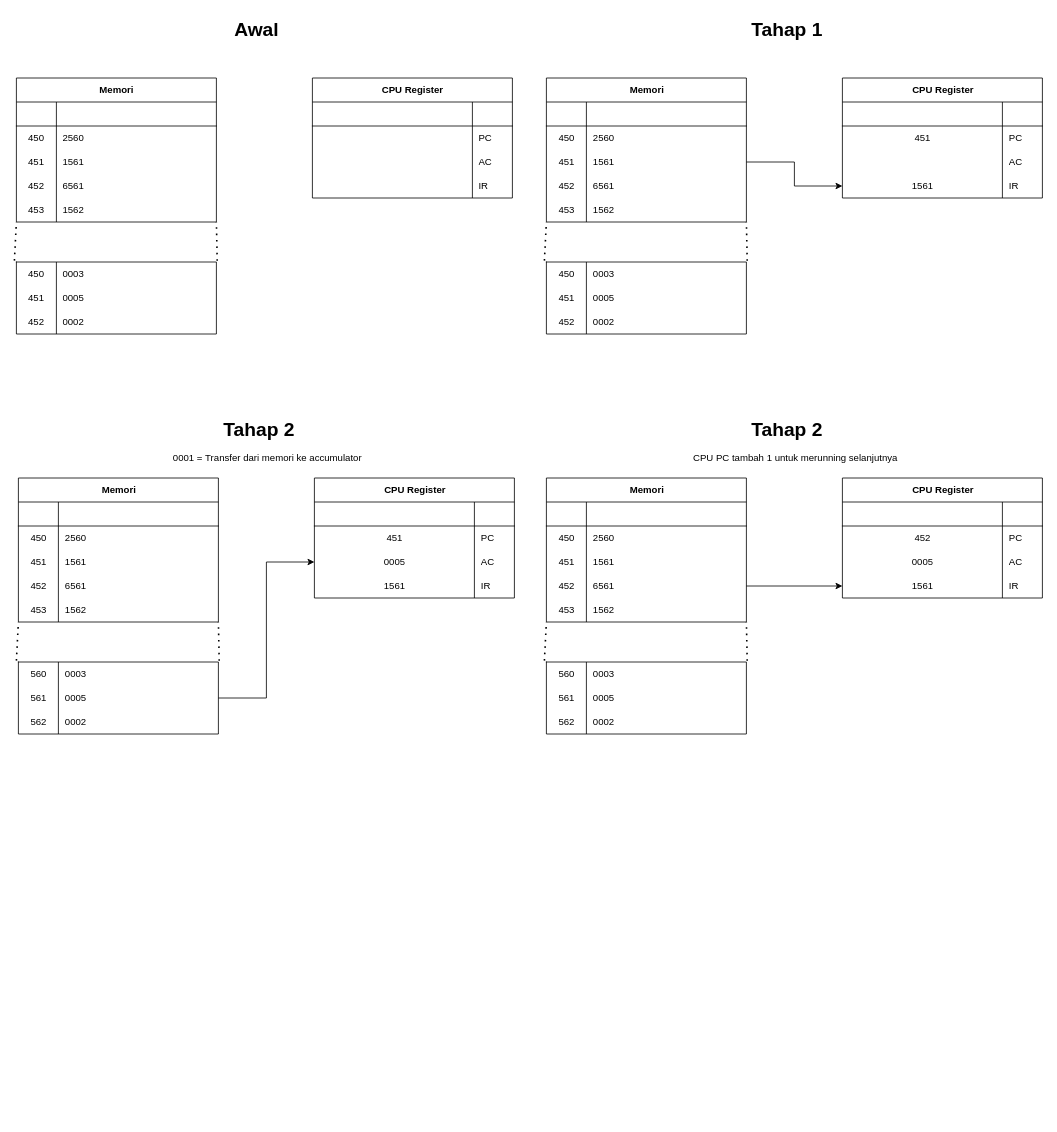
Earlier version of the draw.io diagram CPU.drawio (ImNotDanish05/Tester). Source tidied: cells renumbered, new cells numbered last; positions are measured from the earlier drawing's top-left corner, leaving out a move shared by most shapes. Both pictures are drawn from the tidied source at 80%, with x=0, y=0 at pixel (16, 14).
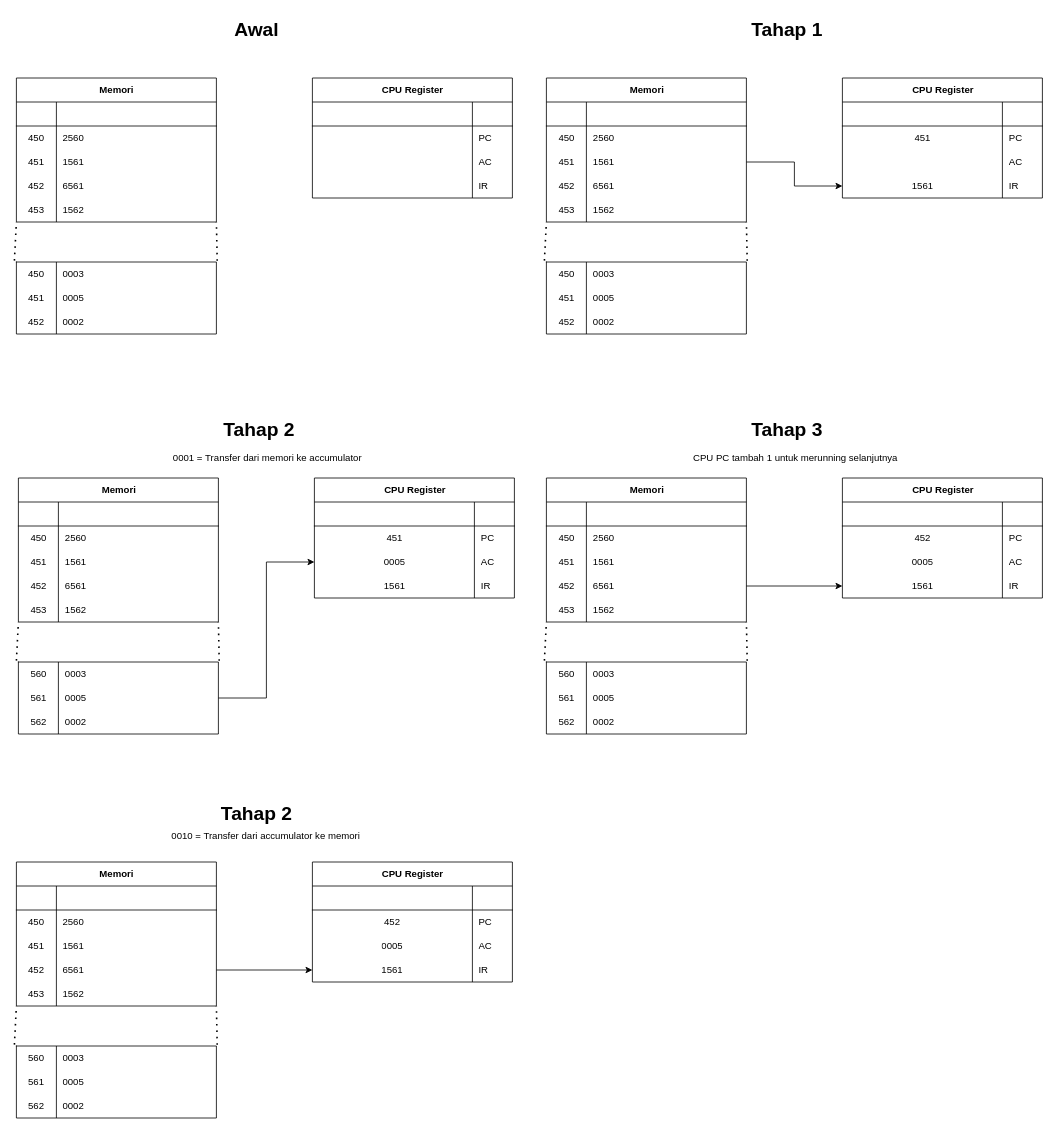
After the change.

What changed in the source:
```diff
@@
-    <mxCell id="172" value="Tahap 2" style="text;strokeColor=none;fillColor=none;html=1;fontSize=24;fontStyle=1;verticalAlign=middle;align=center;" parent="1" vertex="1">
+    <mxCell id="172" value="Tahap 3" style="text;strokeColor=none;fillColor=none;html=1;fontSize=24;fontStyle=1;verticalAlign=middle;align=center;" parent="1" vertex="1">
       <mxGeometry x="912.5" y="500" width="100" height="40" as="geometry" />
     </mxCell>
@@
+    <mxCell id="175" value="Memori" style="shape=table;startSize=30;childLayout=tableLayout;rowLines=0;fontStyle=1;align=center;html=1;" parent="1" vertex="1">
+      <mxGeometry y="1060" width="250" height="180" as="geometry" />
+    </mxCell>
+    <mxCell id="176" style="shape=tableRow;horizontal=0;startSize=0;swimlaneHead=0;swimlaneBody=0;fillColor=none;top=0;left=0;right=0;bottom=1;" parent="175" vertex="1">
+      <mxGeometry y="30" width="250" height="30" as="geometry" />
+    </mxCell>
+    <mxCell id="177" style="shape=partialRectangle;fillColor=none;top=0;left=0;bottom=0;right=0;fontStyle=1;overflow=hidden;whiteSpace=wrap;html=1;" parent="176" vertex="1">
+      <mxGeometry width="50" height="30" as="geometry" />
+    </mxCell>
+    <mxCell id="178" style="shape=partialRectangle;fillColor=none;top=0;left=0;bottom=0;right=0;align=left;spacingLeft=6;fontStyle=5;overflow=hidden;whiteSpace=wrap;html=1;" parent="176" vertex="1">
+      <mxGeometry x="50" width="200" height="30" as="geometry" />
+    </mxCell>
+    <mxCell id="179" style="shape=tableRow;horizontal=0;startSize=0;swimlaneHead=0;swimlaneBody=0;fillColor=none;top=0;left=0;right=0;bottom=0;" parent="175" vertex="1">
+      <mxGeometry y="60" width="250" height="30" as="geometry" />
+    </mxCell>
+    <mxCell id="180" value="450" style="shape=partialRectangle;fillColor=none;top=0;left=0;bottom=0;right=0;overflow=hidden;whiteSpace=wrap;html=1;" parent="179" vertex="1">
+      <mxGeometry width="50" height="30" as="geometry" />
+    </mxCell>
+    <mxCell id="181" value="2560" style="shape=partialRectangle;fillColor=none;top=0;left=0;bottom=0;right=0;align=left;spacingLeft=6;overflow=hidden;whiteSpace=wrap;html=1;" parent="179" vertex="1">
+      <mxGeometry x="50" width="200" height="30" as="geometry" />
+    </mxCell>
+    <mxCell id="182" style="shape=tableRow;horizontal=0;startSize=0;swimlaneHead=0;swimlaneBody=0;fillColor=none;top=0;left=0;right=0;bottom=0;" parent="175" vertex="1">
+      <mxGeometry y="90" width="250" height="30" as="geometry" />
+    </mxCell>
+    <mxCell id="183" value="451" style="shape=partialRectangle;fillColor=none;top=0;left=0;bottom=0;right=0;overflow=hidden;whiteSpace=wrap;html=1;" parent="182" vertex="1">
+      <mxGeometry width="50" height="30" as="geometry" />
+    </mxCell>
+    <mxCell id="184" value="1561" style="shape=partialRectangle;fillColor=none;top=0;left=0;bottom=0;right=0;align=left;spacingLeft=6;overflow=hidden;whiteSpace=wrap;html=1;" parent="182" vertex="1">
+      <mxGeometry x="50" width="200" height="30" as="geometry" />
+    </mxCell>
+    <mxCell id="185" style="shape=tableRow;horizontal=0;startSize=0;swimlaneHead=0;swimlaneBody=0;fillColor=none;points=[[0,0.5],[1,0.5]];portConstraint=eastwest;top=0;left=0;right=0;bottom=0;" parent="175" vertex="1">
+      <mxGeometry y="120" width="250" height="30" as="geometry" />
+    </mxCell>
+    <mxCell id="186" value="452" style="shape=partialRectangle;fillColor=none;top=0;left=0;bottom=0;right=0;overflow=hidden;whiteSpace=wrap;html=1;" parent="185" vertex="1">
+      <mxGeometry width="50" height="30" as="geometry" />
+    </mxCell>
+    <mxCell id="187" value="6561" style="shape=partialRectangle;fillColor=none;top=0;left=0;bottom=0;right=0;align=left;spacingLeft=6;overflow=hidden;whiteSpace=wrap;html=1;" parent="185" vertex="1">
+      <mxGeometry x="50" width="200" height="30" as="geometry" />
+    </mxCell>
+    <mxCell id="188" style="shape=tableRow;horizontal=0;startSize=0;swimlaneHead=0;swimlaneBody=0;fillColor=none;points=[[0,0.5],[1,0.5]];portConstraint=eastwest;top=0;left=0;right=0;bottom=0;" parent="175" vertex="1">
+      <mxGeometry y="150" width="250" height="30" as="geometry" />
+    </mxCell>
+    <mxCell id="189" value="453" style="shape=partialRectangle;fillColor=none;top=0;left=0;bottom=0;right=0;overflow=hidden;whiteSpace=wrap;html=1;" parent="188" vertex="1">
+      <mxGeometry width="50" height="30" as="geometry" />
+    </mxCell>
+    <mxCell id="190" value="1562" style="shape=partialRectangle;fillColor=none;top=0;left=0;bottom=0;right=0;align=left;spacingLeft=6;overflow=hidden;whiteSpace=wrap;html=1;" parent="188" vertex="1">
+      <mxGeometry x="50" width="200" height="30" as="geometry" />
+    </mxCell>
+    <mxCell id="191" value="CPU Register" style="shape=table;startSize=30;childLayout=tableLayout;rowLines=0;fontStyle=1;align=center;html=1;" parent="1" vertex="1">
+      <mxGeometry x="370" y="1060" width="250" height="150" as="geometry" />
+    </mxCell>
+    <mxCell id="192" style="shape=tableRow;horizontal=0;startSize=0;swimlaneHead=0;swimlaneBody=0;fillColor=none;top=0;left=0;right=0;bottom=1;" parent="191" vertex="1">
+      <mxGeometry y="30" width="250" height="30" as="geometry" />
+    </mxCell>
+    <mxCell id="193" style="shape=partialRectangle;fillColor=none;top=0;left=0;bottom=0;right=0;fontStyle=1;overflow=hidden;whiteSpace=wrap;html=1;" parent="192" vertex="1">
+      <mxGeometry width="200" height="30" as="geometry" />
+    </mxCell>
+    <mxCell id="194" style="shape=partialRectangle;fillColor=none;top=0;left=0;bottom=0;right=0;align=left;spacingLeft=6;fontStyle=5;overflow=hidden;whiteSpace=wrap;html=1;" parent="192" vertex="1">
+      <mxGeometry x="200" width="50" height="30" as="geometry" />
+    </mxCell>
+    <mxCell id="195" style="shape=tableRow;horizontal=0;startSize=0;swimlaneHead=0;swimlaneBody=0;fillColor=none;top=0;left=0;right=0;bottom=0;" parent="191" vertex="1">
+      <mxGeometry y="60" width="250" height="30" as="geometry" />
+    </mxCell>
+    <mxCell id="196" value="452" style="shape=partialRectangle;fillColor=none;top=0;left=0;bottom=0;right=0;overflow=hidden;whiteSpace=wrap;html=1;" parent="195" vertex="1">
+      <mxGeometry width="200" height="30" as="geometry" />
+    </mxCell>
+    <mxCell id="197" value="PC" style="shape=partialRectangle;fillColor=none;top=0;left=0;bottom=0;right=0;align=left;spacingLeft=6;overflow=hidden;whiteSpace=wrap;html=1;" parent="195" vertex="1">
+      <mxGeometry x="200" width="50" height="30" as="geometry" />
+    </mxCell>
+    <mxCell id="198" style="shape=tableRow;horizontal=0;startSize=0;swimlaneHead=0;swimlaneBody=0;fillColor=none;top=0;left=0;right=0;bottom=0;" parent="191" vertex="1">
+      <mxGeometry y="90" width="250" height="30" as="geometry" />
+    </mxCell>
+    <mxCell id="199" value="0005" style="shape=partialRectangle;fillColor=none;top=0;left=0;bottom=0;right=0;overflow=hidden;whiteSpace=wrap;html=1;" parent="198" vertex="1">
+      <mxGeometry width="200" height="30" as="geometry" />
+    </mxCell>
+    <mxCell id="200" value="AC" style="shape=partialRectangle;fillColor=none;top=0;left=0;bottom=0;right=0;align=left;spacingLeft=6;overflow=hidden;whiteSpace=wrap;html=1;" parent="198" vertex="1">
+      <mxGeometry x="200" width="50" height="30" as="geometry" />
+    </mxCell>
+    <mxCell id="201" style="shape=tableRow;horizontal=0;startSize=0;swimlaneHead=0;swimlaneBody=0;fillColor=none;points=[[0,0.5],[1,0.5]];portConstraint=eastwest;top=0;left=0;right=0;bottom=0;" parent="191" vertex="1">
+      <mxGeometry y="120" width="250" height="30" as="geometry" />
+    </mxCell>
+    <mxCell id="202" value="1561" style="shape=partialRectangle;fillColor=none;top=0;left=0;bottom=0;right=0;overflow=hidden;whiteSpace=wrap;html=1;" parent="201" vertex="1">
+      <mxGeometry width="200" height="30" as="geometry" />
+    </mxCell>
+    <mxCell id="203" value="IR" style="shape=partialRectangle;fillColor=none;top=0;left=0;bottom=0;right=0;align=left;spacingLeft=6;overflow=hidden;whiteSpace=wrap;html=1;" parent="201" vertex="1">
+      <mxGeometry x="200" width="50" height="30" as="geometry" />
+    </mxCell>
+    <mxCell id="204" style="shape=table;startSize=0;childLayout=tableLayout;rowLines=0;fontStyle=1;align=center;html=1;" parent="1" vertex="1">
+      <mxGeometry y="1290" width="250" height="90" as="geometry" />
+    </mxCell>
+    <mxCell id="205" style="shape=tableRow;horizontal=0;startSize=0;swimlaneHead=0;swimlaneBody=0;fillColor=none;points=[[0,0.5],[1,0.5]];portConstraint=eastwest;top=0;left=0;right=0;bottom=0;" parent="204" vertex="1">
+      <mxGeometry width="250" height="30" as="geometry" />
+    </mxCell>
+    <mxCell id="206" value="560" style="shape=partialRectangle;fillColor=none;top=0;left=0;bottom=0;right=0;overflow=hidden;whiteSpace=wrap;html=1;" parent="205" vertex="1">
+      <mxGeometry width="50" height="30" as="geometry" />
+    </mxCell>
+    <mxCell id="207" value="0003" style="shape=partialRectangle;fillColor=none;top=0;left=0;bottom=0;right=0;align=left;spacingLeft=6;overflow=hidden;whiteSpace=wrap;html=1;" parent="205" vertex="1">
+      <mxGeometry x="50" width="200" height="30" as="geometry" />
+    </mxCell>
+    <mxCell id="208" style="shape=tableRow;horizontal=0;startSize=0;swimlaneHead=0;swimlaneBody=0;fillColor=none;top=0;left=0;right=0;bottom=0;" parent="204" vertex="1">
+      <mxGeometry y="30" width="250" height="30" as="geometry" />
+    </mxCell>
+    <mxCell id="209" value="561" style="shape=partialRectangle;fillColor=none;top=0;left=0;bottom=0;right=0;overflow=hidden;whiteSpace=wrap;html=1;" parent="208" vertex="1">
+      <mxGeometry width="50" height="30" as="geometry" />
+    </mxCell>
+    <mxCell id="210" value="0005" style="shape=partialRectangle;fillColor=none;top=0;left=0;bottom=0;right=0;align=left;spacingLeft=6;overflow=hidden;whiteSpace=wrap;html=1;" parent="208" vertex="1">
+      <mxGeometry x="50" width="200" height="30" as="geometry" />
+    </mxCell>
+    <mxCell id="211" style="shape=tableRow;horizontal=0;startSize=0;swimlaneHead=0;swimlaneBody=0;fillColor=none;top=0;left=0;right=0;bottom=0;" parent="204" vertex="1">
+      <mxGeometry y="60" width="250" height="30" as="geometry" />
+    </mxCell>
+    <mxCell id="212" value="562" style="shape=partialRectangle;fillColor=none;top=0;left=0;bottom=0;right=0;overflow=hidden;whiteSpace=wrap;html=1;" parent="211" vertex="1">
+      <mxGeometry width="50" height="30" as="geometry" />
+    </mxCell>
+    <mxCell id="213" value="0002" style="shape=partialRectangle;fillColor=none;top=0;left=0;bottom=0;right=0;align=left;spacingLeft=6;overflow=hidden;whiteSpace=wrap;html=1;" parent="211" vertex="1">
+      <mxGeometry x="50" width="200" height="30" as="geometry" />
+    </mxCell>
+    <mxCell id="214" style="endArrow=none;dashed=1;html=1;dashPattern=1 3;strokeWidth=2;rounded=0;exitX=1.004;exitY=-0.051;exitDx=0;exitDy=0;exitPerimeter=0;" parent="1" edge="1" source="205">
+      <mxGeometry relative="1" as="geometry">
+        <mxPoint x="250" y="1240" as="targetPoint" />
+      </mxGeometry>
+    </mxCell>
+    <mxCell id="215" style="endArrow=none;dashed=1;html=1;dashPattern=1 3;strokeWidth=2;rounded=0;entryX=0;entryY=1;entryDx=0;entryDy=0;entryPerimeter=0;exitX=-0.01;exitY=-0.057;exitDx=0;exitDy=0;exitPerimeter=0;" parent="1" edge="1" source="205" target="188">
+      <mxGeometry relative="1" as="geometry" />
+    </mxCell>
+    <mxCell id="216" value="Tahap 2" style="text;strokeColor=none;fillColor=none;html=1;fontSize=24;fontStyle=1;verticalAlign=middle;align=center;" parent="1" vertex="1">
+      <mxGeometry x="250" y="980" width="100" height="40" as="geometry" />
+    </mxCell>
+    <mxCell id="217" value="0010 = Transfer dari accumulator ke memori&lt;div&gt;&lt;br/&gt;&lt;/div&gt;" style="text;html=1;align=center;verticalAlign=middle;whiteSpace=wrap;rounded=0;" parent="1" vertex="1">
+      <mxGeometry x="177.5" y="1020" width="267.5" height="30" as="geometry" />
+    </mxCell>
+    <mxCell id="218" style="edgeStyle=orthogonalEdgeStyle;rounded=0;jettySize=auto;html=1;entryX=0;entryY=0.5;entryDx=0;entryDy=0;" parent="1" edge="1" source="185" target="201">
+      <mxGeometry relative="1" as="geometry" />
+    </mxCell>
```
